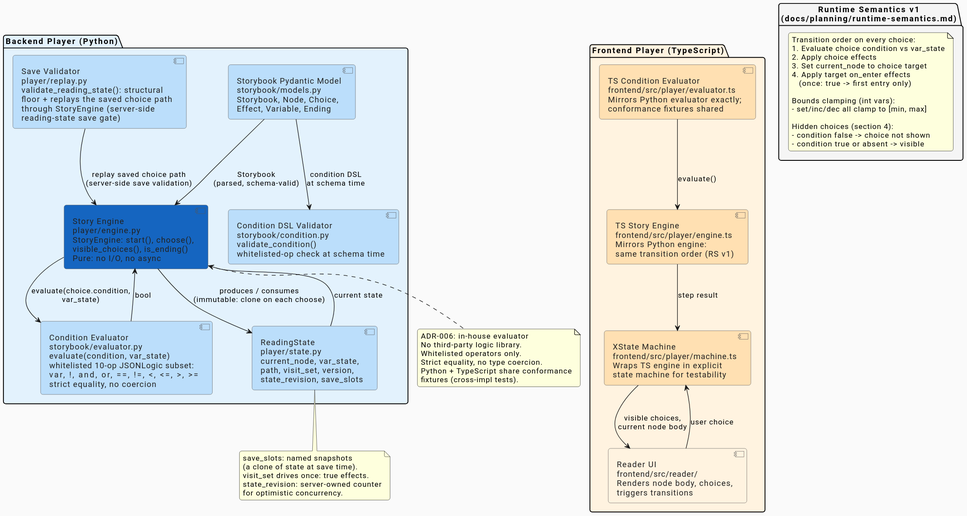
Before: docs/architecture/diagrams/component-player.svg, a diagram exported from PlantUML (ByronWilliamsCPA/cyo-adventure).
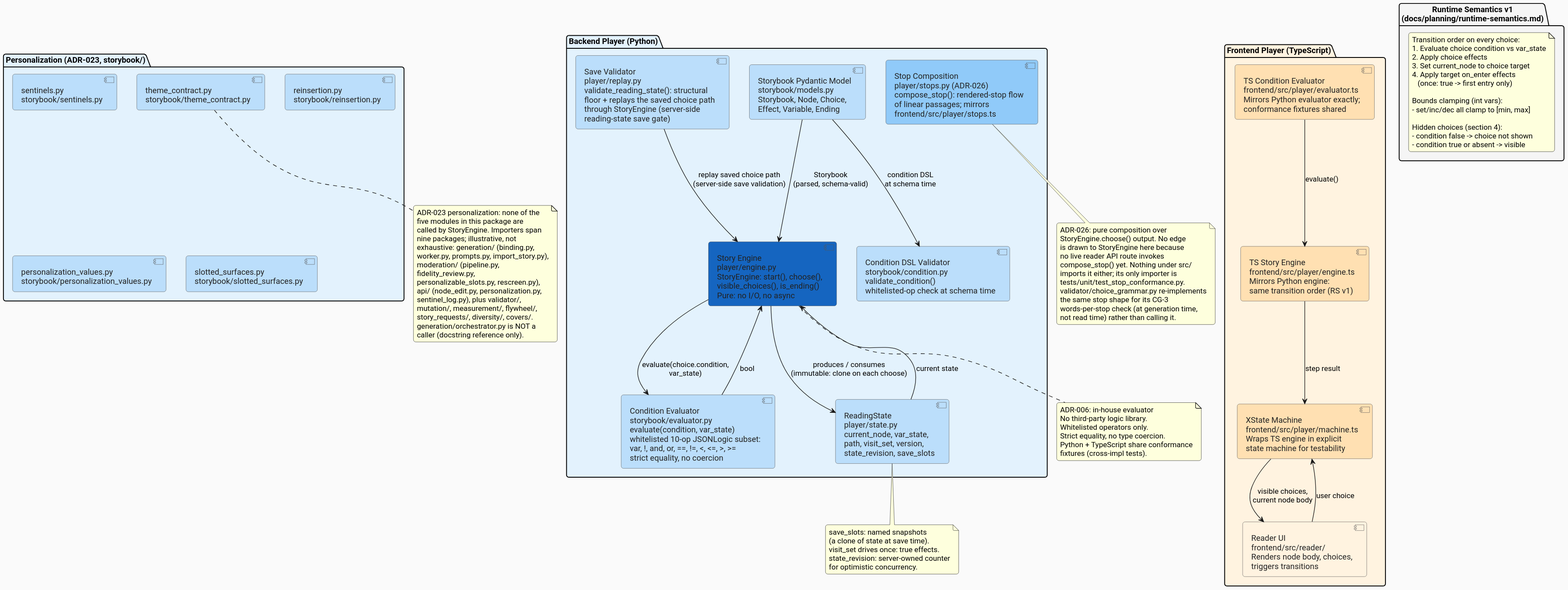
Later version of the same file.

Diff of the diagram source:
```diff
@@ -24,6 +24,16 @@
 
   component "Save Validator\nplayer/replay.py\nvalidate_reading_state(): structural\nfloor + replays the saved choice path\nthrough StoryEngine (server-side\nreading-state save gate)" as replay #BBDEFB
 
+  component "Stop Composition\nplayer/stops.py (ADR-026)\ncompose_stop(): rendered-stop flow\nof linear passages; mirrors\nfrontend/src/player/stops.ts" as stops #90CAF9
+
+}
+
+package "Personalization (ADR-023, storybook/)" #E3F2FD {
+  component "sentinels.py\nstorybook/sentinels.py" as sentinels #BBDEFB
+  component "reinsertion.py\nstorybook/reinsertion.py" as reinsertion #BBDEFB
+  component "personalization_values.py\nstorybook/personalization_values.py" as pers_values #BBDEFB
+  component "slotted_surfaces.py\nstorybook/slotted_surfaces.py" as slotted_surfaces #BBDEFB
+  component "theme_contract.py\nstorybook/theme_contract.py" as theme_contract #BBDEFB
 }
 
 package "Frontend Player (TypeScript)" #FFF3E0 {
@@ -85,4 +95,36 @@
   state_revision: server-owned counter
   for optimistic concurrency.
 end note
+
+note bottom of stops
+  ADR-026: pure composition over
+  StoryEngine.choose() output. No edge
+  is drawn to StoryEngine here because
+  no live reader API route invokes
+  compose_stop() yet. Nothing under src/
+  imports it either; its only importer is
+  tests/unit/test_stop_conformance.py.
+  validator/choice_grammar.py re-implements
+  the same stop shape for its CG-3
+  words-per-stop check (at generation time,
+  not read time) rather than calling it.
+end note
+
+note bottom of theme_contract
+  ADR-023 personalization: none of the
+  five modules in this package are
+  called by StoryEngine. Importers span
+  nine packages; illustrative, not
+  exhaustive: generation/ (binding.py,
+  worker.py, prompts.py, import_story.py),
+  moderation/ (pipeline.py,
+  fidelity_review.py,
+  personalizable_slots.py, rescreen.py),
+  api/ (node_edit.py, personalization.py,
+  sentinel_log.py), plus validator/,
+  mutation/, measurement/, flywheel/,
+  story_requests/, diversity/, covers/.
+  generation/orchestrator.py is NOT a
+  caller (docstring reference only).
+end note
 @enduml
```
